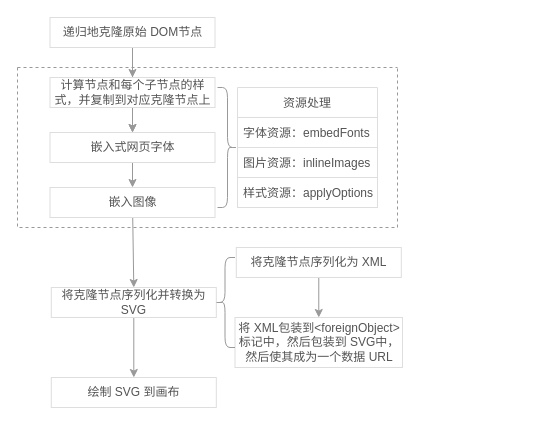
This is flow-chart.drawio from huangjihua/ts-dom-to-image, a draw.io file, before an edit. Source tidied: cells renumbered, new cells numbered last; positions are measured from the earlier drawing's top-left corner, leaving out a move shared by most shapes. Both pictures are drawn from the tidied source at 100%, with x=0, y=0 at pixel (17, 17).
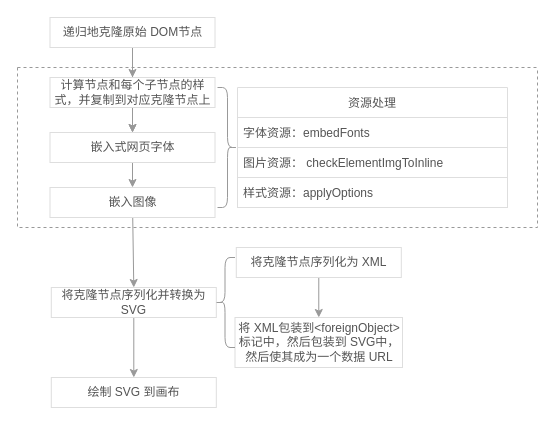
Above is the later version.

Commit message:
fix: update flow-chart

Change to the diagram source:
```diff
@@
     <mxCell id="14" style="swimlane;startSize=0;strokeColor=#999999;html=1;dashed=1;shadow=0;" parent="1" vertex="1">
-      <mxGeometry y="50" width="380" height="160" as="geometry" />
+      <mxGeometry y="50" width="520" height="160" as="geometry" />
     </mxCell>
     <mxCell id="15" value="资源处理" style="swimlane;fontStyle=0;horizontal=1;startSize=30;fillColor=#FFFFFF;strokeColor=#DEDEDE;fontColor=#545454;shadow=0;" parent="14" vertex="1">
-      <mxGeometry x="220" y="20" width="140" height="120" as="geometry" />
+      <mxGeometry x="220" y="20" width="270" height="120" as="geometry" />
     </mxCell>
     <mxCell id="16" value="字体资源：embedFonts" style="text;fillColor=#FFFFFF;align=left;verticalAlign=middle;spacingLeft=4;spacingRight=4;overflow=hidden;strokeColor=#DEDEDE;fontColor=#545454;shadow=0;" parent="15" vertex="1">
-      <mxGeometry y="30" width="140" height="30" as="geometry" />
+      <mxGeometry y="30" width="270" height="30" as="geometry" />
     </mxCell>
-    <mxCell id="17" value="图片资源：inlineImages" style="text;fillColor=#FFFFFF;align=left;verticalAlign=middle;spacingLeft=4;spacingRight=4;overflow=hidden;strokeColor=#DEDEDE;fontColor=#545454;shadow=0;" parent="15" vertex="1">
-      <mxGeometry y="60" width="140" height="30" as="geometry" />
+    <mxCell id="17" value="图片资源： checkElementImgToInline" style="text;fillColor=#FFFFFF;align=left;verticalAlign=middle;spacingLeft=4;spacingRight=4;overflow=hidden;strokeColor=#DEDEDE;fontColor=#545454;shadow=0;" parent="15" vertex="1">
+      <mxGeometry y="60" width="270" height="30" as="geometry" />
     </mxCell>
     <mxCell id="18" value="样式资源：applyOptions" style="text;fillColor=#FFFFFF;align=left;verticalAlign=middle;spacingLeft=4;spacingRight=4;overflow=hidden;strokeColor=#DEDEDE;fontColor=#545454;shadow=0;" parent="15" vertex="1">
-      <mxGeometry y="90" width="140" height="30" as="geometry" />
+      <mxGeometry y="90" width="270" height="30" as="geometry" />
     </mxCell>
```
